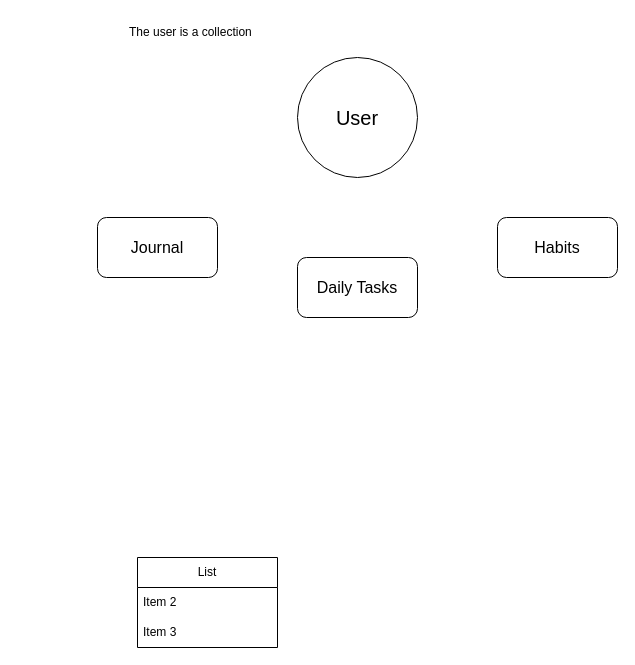
Before: src/docs/diagram.drawio in Simpleboi/JournalXP, a draw.io diagram. Source tidied: cells renumbered, new cells numbered last; positions are measured from the earlier drawing's top-left corner, leaving out a move shared by most shapes. Both pictures are drawn from the tidied source at 100%, with x=0, y=0 at pixel (97, 17).
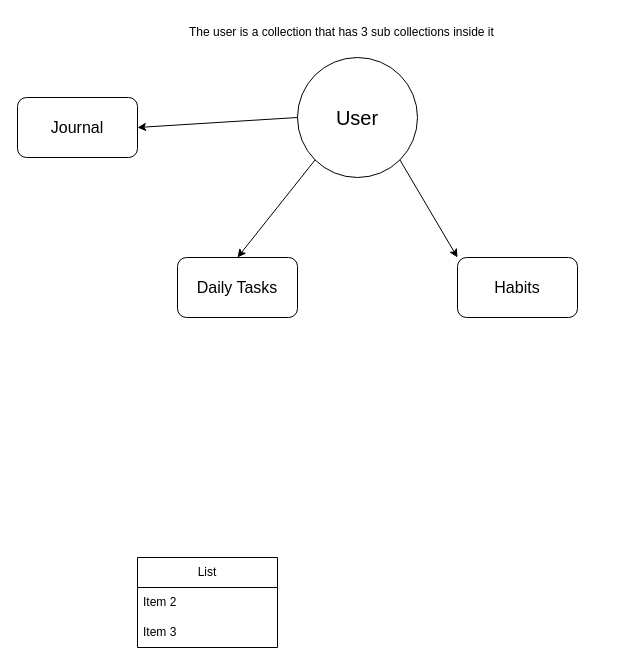
The same diagram, later.

The edit, as a diff of the source:
```diff
@@
 <mxGraphModel>
   <root>
     <mxCell id="0" />
     <mxCell id="1" parent="0" />
     <mxCell id="2" value="List" style="swimlane;fontStyle=0;horizontal=1;startSize=30;whiteSpace=wrap;html=1;" parent="1" vertex="1">
       <mxGeometry x="40" y="540" width="140" height="90" as="geometry" />
     </mxCell>
     <mxCell id="3" value="Item 2" style="text;strokeColor=none;fillColor=none;align=left;verticalAlign=middle;spacingLeft=4;spacingRight=4;overflow=hidden;whiteSpace=wrap;html=1;" parent="2" vertex="1">
       <mxGeometry y="30" width="140" height="30" as="geometry" />
     </mxCell>
     <mxCell id="4" value="Item 3" style="text;strokeColor=none;fillColor=none;align=left;verticalAlign=middle;spacingLeft=4;spacingRight=4;overflow=hidden;whiteSpace=wrap;html=1;" parent="2" vertex="1">
       <mxGeometry y="60" width="140" height="30" as="geometry" />
     </mxCell>
     <mxCell id="5" value="&lt;font style=&quot;font-size: 20px;&quot;&gt;User&lt;/font&gt;" style="ellipse;whiteSpace=wrap;html=1;" parent="1" vertex="1">
       <mxGeometry x="200" y="40" width="120" height="120" as="geometry" />
     </mxCell>
-    <mxCell id="6" value="The user is a collection" style="text;html=1;align=left;verticalAlign=middle;whiteSpace=wrap;rounded=0;" parent="1" vertex="1">
-      <mxGeometry x="30" width="270" height="30" as="geometry" />
+    <mxCell id="6" value="The user is a collection that has 3 sub collections inside it&amp;nbsp;" style="text;html=1;align=left;verticalAlign=middle;whiteSpace=wrap;rounded=0;" parent="1" vertex="1">
+      <mxGeometry x="90" width="370" height="30" as="geometry" />
     </mxCell>
     <mxCell id="7" value="&lt;font style=&quot;font-size: 16px;&quot;&gt;Journal&lt;/font&gt;" style="rounded=1;whiteSpace=wrap;html=1;" parent="1" vertex="1">
-      <mxGeometry y="200" width="120" height="60" as="geometry" />
+      <mxGeometry x="-80" y="80" width="120" height="60" as="geometry" />
     </mxCell>
     <mxCell id="8" value="&lt;font style=&quot;font-size: 16px;&quot;&gt;Daily Tasks&lt;/font&gt;" style="rounded=1;whiteSpace=wrap;html=1;" parent="1" vertex="1">
-      <mxGeometry x="200" y="240" width="120" height="60" as="geometry" />
+      <mxGeometry x="80" y="240" width="120" height="60" as="geometry" />
     </mxCell>
     <mxCell id="9" value="&lt;span style=&quot;font-size: 16px;&quot;&gt;Habits&lt;/span&gt;" style="rounded=1;whiteSpace=wrap;html=1;" parent="1" vertex="1">
-      <mxGeometry x="400" y="200" width="120" height="60" as="geometry" />
+      <mxGeometry x="360" y="240" width="120" height="60" as="geometry" />
     </mxCell>
+    <mxCell id="10" style="endArrow=classic;html=1;rounded=0;exitX=1;exitY=1;exitDx=0;exitDy=0;entryX=0;entryY=0;entryDx=0;entryDy=0;" parent="1" edge="1" source="5" target="9">
+      <mxGeometry relative="1" as="geometry" />
+    </mxCell>
+    <mxCell id="11" style="endArrow=classic;html=1;rounded=0;exitX=0;exitY=0.5;exitDx=0;exitDy=0;entryX=1;entryY=0.5;entryDx=0;entryDy=0;" parent="1" edge="1" source="5" target="7">
+      <mxGeometry relative="1" as="geometry" />
+    </mxCell>
+    <mxCell id="12" style="endArrow=classic;html=1;rounded=0;exitX=0;exitY=1;exitDx=0;exitDy=0;entryX=0.5;entryY=0;entryDx=0;entryDy=0;" parent="1" edge="1" source="5" target="8">
+      <mxGeometry relative="1" as="geometry" />
+    </mxCell>
   </root>
 </mxGraphModel>
```
